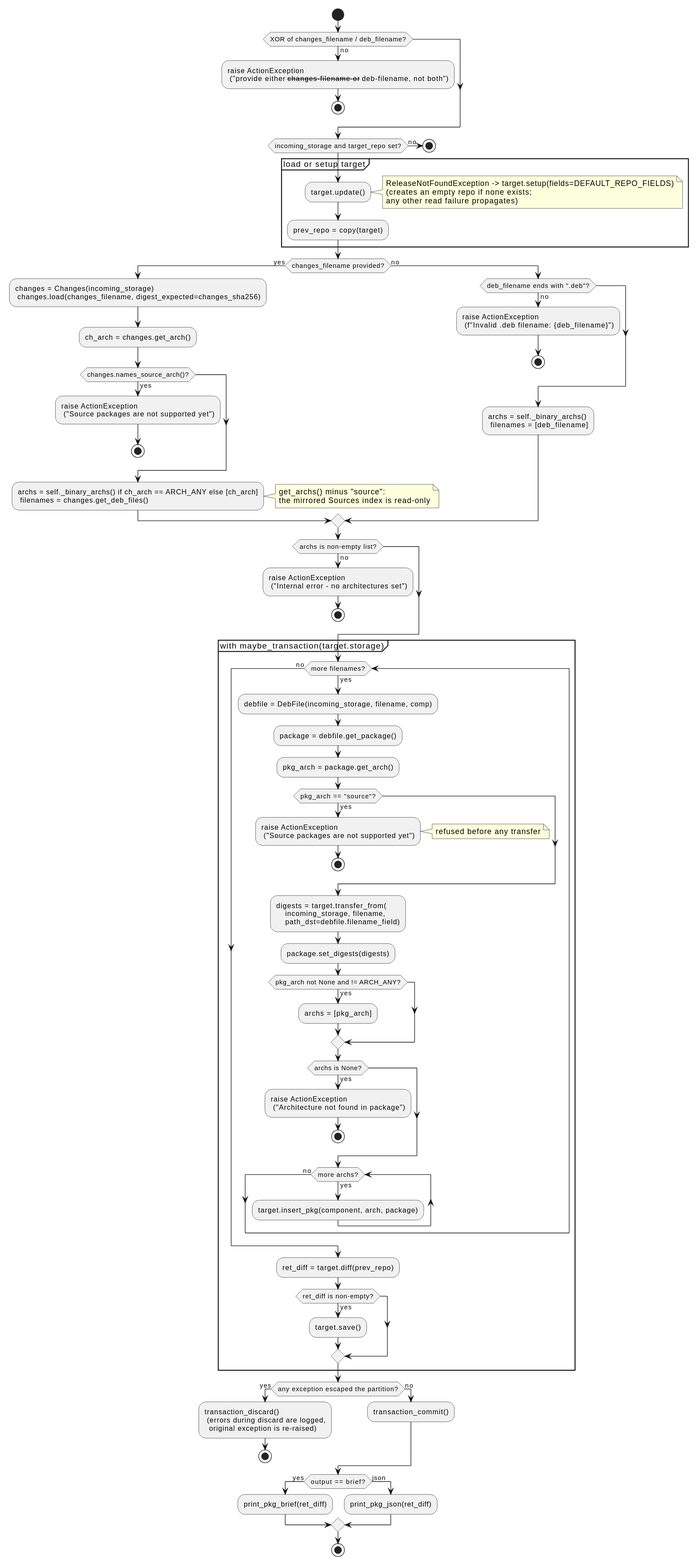
The PlantUML diagram docs/development/diagrams/action-pkg-insert-activity.svg in vinklat/debkit, before a commit. Its source is kept beside it as docs/development/diagrams/action-pkg-insert-activity.puml.
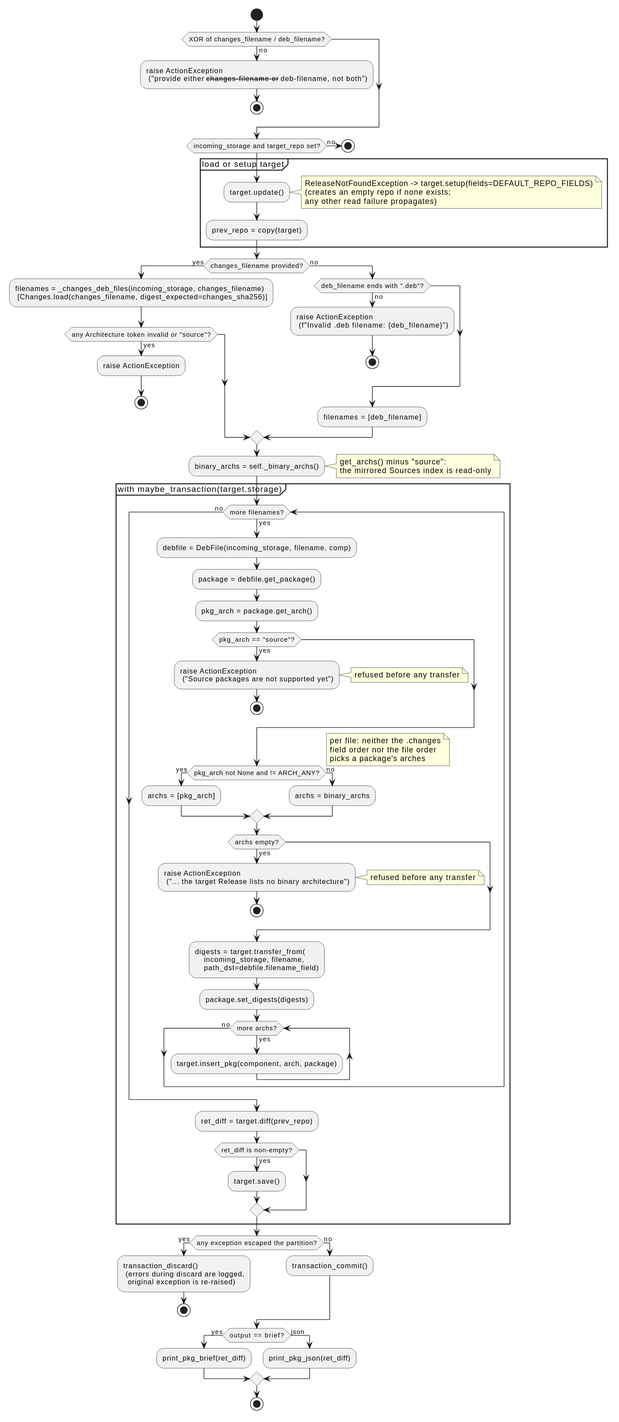
After the commit.

Commit message:
Target each inserted .deb by its own control architecture

What changed in the source:
```diff
@@ -21,32 +21,22 @@
 }
 
 if (changes_filename provided?) then (yes)
-  :changes = Changes(incoming_storage)
-   changes.load(changes_filename, digest_expected=changes_sha256);
-  :ch_arch = changes.get_arch();
-  if (changes.names_source_arch()?) then (yes)
-    :raise ActionException
-     ("Source packages are not supported yet");
+  :filenames = _changes_deb_files(incoming_storage, changes_filename)
+   [Changes.load(changes_filename, digest_expected=changes_sha256)];
+  if (any Architecture token invalid or "source"?) then (yes)
+    :raise ActionException;
     stop
   endif
-  :archs = self._binary_archs() if ch_arch == ARCH_ANY else [ch_arch]
-   filenames = changes.get_deb_files();
-  note right: get_archs() minus "source":\nthe mirrored Sources index is read-only
 else (no)
   if (deb_filename ends with ".deb"?) then (no)
     :raise ActionException
      (f"Invalid .deb filename: {deb_filename}");
     stop
   endif
-  :archs = self._binary_archs()
-   filenames = [deb_filename];
+  :filenames = [deb_filename];
 endif
-
-if (archs is non-empty list?) then (no)
-  :raise ActionException
-   ("Internal error - no architectures set");
-  stop
-endif
+:binary_archs = self._binary_archs();
+note right: get_archs() minus "source":\nthe mirrored Sources index is read-only
 
 partition "with maybe_transaction(target.storage)" {
   while (more filenames?) is (yes)
@@ -59,18 +49,22 @@
       note right: refused before any transfer
       stop
     endif
+    if (pkg_arch not None and != ARCH_ANY?) then (yes)
+      :archs = [pkg_arch];
+    else (no)
+      :archs = binary_archs;
+    endif
+    note right: per file: neither the .changes\nfield order nor the file order\npicks a package's arches
+    if (archs empty?) then (yes)
+      :raise ActionException
+       ("... the target Release lists no binary architecture");
+      note right: refused before any transfer
+      stop
+    endif
     :digests = target.transfer_from(
         incoming_storage, filename,
         path_dst=debfile.filename_field);
     :package.set_digests(digests);
-    if (pkg_arch not None and != ARCH_ANY?) then (yes)
-      :archs = [pkg_arch];
-    endif
-    if (archs is None?) then (yes)
-      :raise ActionException
-       ("Architecture not found in package");
-      stop
-    endif
     while (more archs?) is (yes)
       :target.insert_pkg(component, arch, package);
     endwhile (no)
```
